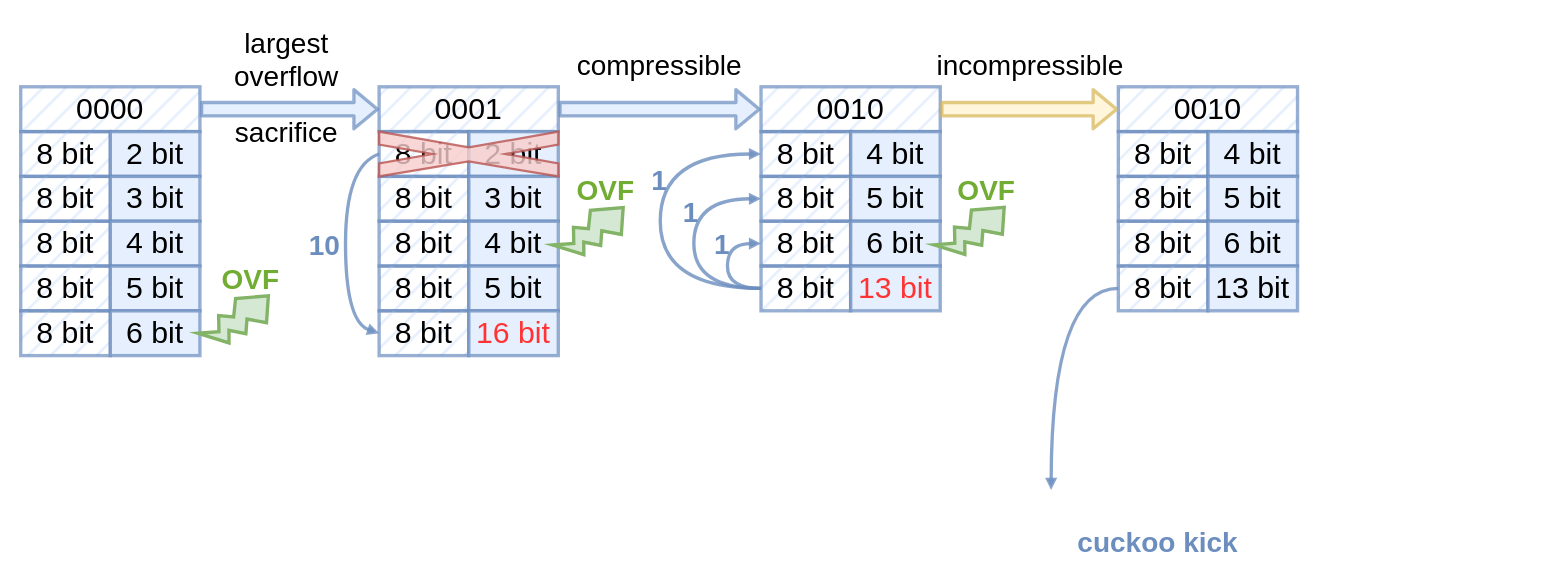
Earlier version of the draw.io diagram page "running" (4 of 10) of EC.drawio (sql0316/hello-world). Source tidied: cells renumbered, new cells numbered last; positions are measured from the earlier drawing's top-left corner, leaving out a move shared by most shapes. Both pictures are drawn from the tidied source at 112%, with x=0, y=0 at pixel (20, 19).
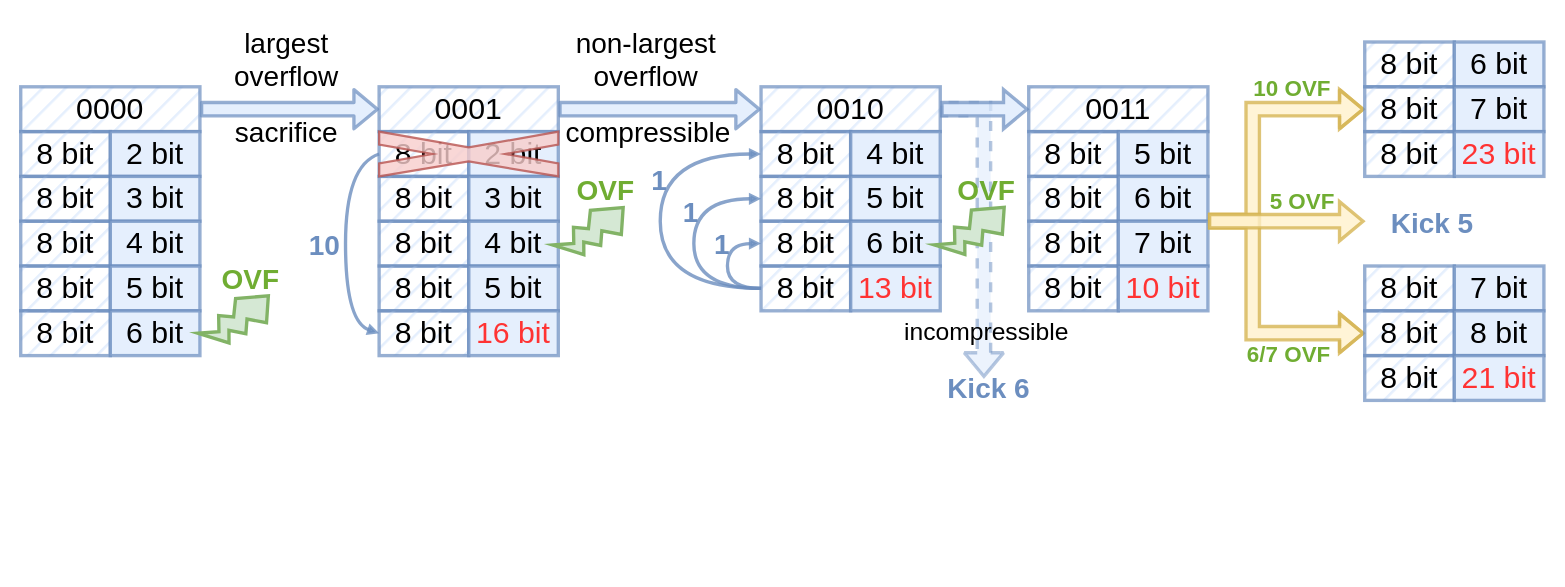
Above is the later version.

The change refers to these unchanged cells:
```xml
<mxCell id="27" value="&lt;font style=&quot;font-size: 27px;&quot;&gt;&lt;font style=&quot;font-size: 27px;&quot;&gt;0010&lt;/font&gt;&lt;br style=&quot;font-size: 27px;&quot;&gt;&lt;/font&gt;" style="rounded=0;whiteSpace=wrap;html=1;fontFamily=Helvetica;strokeWidth=3;fillColor=#dae8fc;strokeColor=#6c8ebf;fontSize=27;fillStyle=hatch;opacity=70;" parent="1" vertex="1">
  <mxGeometry x="661" y="60" width="160" height="40" as="geometry" />
</mxCell>
```

The edit, as a diff of the source:
```diff
@@
+    <mxCell id="66" style="jettySize=auto;html=1;startArrow=none;startFill=0;endArrow=block;endFill=0;strokeColor=#6c8ebf;strokeWidth=3;fontStyle=1;jumpStyle=gap;jumpSize=10;rounded=0;fontFamily=Helvetica;fontSize=30;fillColor=#dae8fc;shape=flexArrow;gradientDirection=south;opacity=50;exitX=1;exitY=0.5;exitDx=0;exitDy=0;dashed=1;" parent="1" edge="1" source="27">
+      <mxGeometry relative="1" as="geometry">
+        <mxPoint x="860" y="320" as="targetPoint" />
+        <Array as="points">
+          <mxPoint x="860" y="80" />
+        </Array>
+      </mxGeometry>
+    </mxCell>
+    <mxCell id="67" value="&lt;font style=&quot;font-size: 20px;&quot;&gt;5 OVF&lt;/font&gt;" style="text;html=1;align=center;verticalAlign=middle;fontStyle=1;fontFamily=Helvetica;fontSize=25;strokeWidth=3;fillColor=none;strokeColor=none;gradientColor=#97d077;gradientDirection=south;rotation=0;fontColor=#4D9900;textOpacity=80;" parent="1" vertex="1">
+      <mxGeometry x="1104" y="140" width="80" height="40" as="geometry" />
+    </mxCell>
@@
     <mxCell id="43" value="&lt;p style=&quot;margin-top: 0pt; margin-bottom: 0pt; margin-left: 0in; font-size: 25px;&quot;&gt;&lt;font style=&quot;font-weight: normal; font-size: 25px;&quot; color=&quot;#000000&quot;&gt;compressible&lt;/font&gt;&lt;/p&gt;" style="text;html=1;align=center;verticalAlign=middle;fontStyle=1;fontFamily=Helvetica;fontSize=25;strokeWidth=3;fillColor=none;strokeColor=none;gradientColor=#97d077;gradientDirection=south;rotation=0;fontColor=#4D9900;" parent="1" vertex="1">
-      <mxGeometry x="485" y="20" width="170" height="40" as="geometry" />
+      <mxGeometry x="475" y="80.1" width="170" height="40" as="geometry" />
     </mxCell>
@@
-    <mxCell id="52" value="&lt;font style=&quot;font-size: 27px;&quot;&gt;&lt;font style=&quot;font-size: 27px;&quot;&gt;0010&lt;/font&gt;&lt;br style=&quot;font-size: 27px;&quot;&gt;&lt;/font&gt;" style="rounded=0;whiteSpace=wrap;html=1;fontFamily=Helvetica;strokeWidth=3;fillColor=#dae8fc;strokeColor=#6c8ebf;fontSize=27;fillStyle=hatch;opacity=70;" parent="1" vertex="1">
-      <mxGeometry x="980" y="60" width="160" height="40" as="geometry" />
+    <mxCell id="52" value="&lt;font style=&quot;font-size: 27px;&quot;&gt;&lt;font style=&quot;font-size: 27px;&quot;&gt;0011&lt;/font&gt;&lt;br style=&quot;font-size: 27px;&quot;&gt;&lt;/font&gt;" style="rounded=0;whiteSpace=wrap;html=1;fontFamily=Helvetica;strokeWidth=3;fillColor=#dae8fc;strokeColor=#6c8ebf;fontSize=27;fillStyle=hatch;opacity=70;" parent="1" vertex="1">
+      <mxGeometry x="900" y="60" width="160" height="40" as="geometry" />
     </mxCell>
     <mxCell id="53" value="&lt;font style=&quot;font-size: 27px;&quot;&gt;&lt;font style=&quot;font-size: 27px;&quot;&gt;8 bit&lt;/font&gt;&lt;br style=&quot;font-size: 27px;&quot;&gt;&lt;/font&gt;" style="rounded=0;whiteSpace=wrap;html=1;fontFamily=Helvetica;strokeWidth=3;fillColor=#dae8fc;strokeColor=#6c8ebf;fontSize=27;fillStyle=hatch;opacity=70;" parent="1" vertex="1">
-      <mxGeometry x="980" y="100" width="80" height="40" as="geometry" />
+      <mxGeometry x="900" y="100" width="80" height="40" as="geometry" />
     </mxCell>
-    <mxCell id="54" value="&lt;font style=&quot;font-size: 27px;&quot;&gt;&lt;font style=&quot;font-size: 27px;&quot;&gt;4 bit&lt;/font&gt;&lt;br style=&quot;font-size: 27px;&quot;&gt;&lt;/font&gt;" style="rounded=0;whiteSpace=wrap;html=1;fontFamily=Helvetica;strokeWidth=3;fillColor=#dae8fc;strokeColor=#6c8ebf;fontSize=27;opacity=70;" parent="1" vertex="1">
-      <mxGeometry x="1060" y="100" width="80" height="40" as="geometry" />
+    <mxCell id="54" value="&lt;font style=&quot;font-size: 27px;&quot;&gt;&lt;font style=&quot;font-size: 27px;&quot;&gt;5 bit&lt;/font&gt;&lt;br style=&quot;font-size: 27px;&quot;&gt;&lt;/font&gt;" style="rounded=0;whiteSpace=wrap;html=1;fontFamily=Helvetica;strokeWidth=3;fillColor=#dae8fc;strokeColor=#6c8ebf;fontSize=27;opacity=70;" parent="1" vertex="1">
+      <mxGeometry x="980" y="100" width="80" height="40" as="geometry" />
     </mxCell>
     <mxCell id="55" value="&lt;font style=&quot;font-size: 27px;&quot;&gt;&lt;font style=&quot;font-size: 27px;&quot;&gt;8 bit&lt;/font&gt;&lt;br style=&quot;font-size: 27px;&quot;&gt;&lt;/font&gt;" style="rounded=0;whiteSpace=wrap;html=1;fontFamily=Helvetica;strokeWidth=3;fillColor=#dae8fc;strokeColor=#6c8ebf;fontSize=27;fillStyle=hatch;opacity=70;" parent="1" vertex="1">
-      <mxGeometry x="980" y="140" width="80" height="40" as="geometry" />
+      <mxGeometry x="900" y="140" width="80" height="40" as="geometry" />
     </mxCell>
-    <mxCell id="56" value="&lt;font style=&quot;font-size: 27px;&quot;&gt;5 bit&lt;br style=&quot;font-size: 27px;&quot;&gt;&lt;/font&gt;" style="rounded=0;whiteSpace=wrap;html=1;fontFamily=Helvetica;strokeWidth=3;fillColor=#dae8fc;strokeColor=#6c8ebf;fontSize=27;opacity=70;" parent="1" vertex="1">
-      <mxGeometry x="1060" y="140" width="80" height="40" as="geometry" />
+    <mxCell id="56" value="&lt;font style=&quot;font-size: 27px;&quot;&gt;6 bit&lt;br style=&quot;font-size: 27px;&quot;&gt;&lt;/font&gt;" style="rounded=0;whiteSpace=wrap;html=1;fontFamily=Helvetica;strokeWidth=3;fillColor=#dae8fc;strokeColor=#6c8ebf;fontSize=27;opacity=70;" parent="1" vertex="1">
+      <mxGeometry x="980" y="140" width="80" height="40" as="geometry" />
     </mxCell>
-    <mxCell id="57" style="edgeStyle=orthogonalEdgeStyle;curved=1;jettySize=auto;html=1;exitX=0;exitY=0.5;exitDx=0;exitDy=0;strokeWidth=3;fontSize=25;fontColor=#FF3333;endSize=3;gradientDirection=east;opacity=80;endArrow=block;endFill=1;fillColor=#dae8fc;strokeColor=#6c8ebf;" parent="1" edge="1" source="60">
-      <mxGeometry relative="1" as="geometry">
-        <mxPoint x="920" y="420" as="targetPoint" />
-      </mxGeometry>
-    </mxCell>
     <mxCell id="58" value="&lt;font style=&quot;font-size: 27px;&quot;&gt;&lt;font style=&quot;font-size: 27px;&quot;&gt;8 bit&lt;/font&gt;&lt;br style=&quot;font-size: 27px;&quot;&gt;&lt;/font&gt;" style="rounded=0;whiteSpace=wrap;html=1;fontFamily=Helvetica;strokeWidth=3;fillColor=#dae8fc;strokeColor=#6c8ebf;fontSize=27;fillStyle=hatch;opacity=70;" parent="1" vertex="1">
-      <mxGeometry x="980" y="180" width="80" height="40" as="geometry" />
+      <mxGeometry x="900" y="180" width="80" height="40" as="geometry" />
     </mxCell>
-    <mxCell id="59" value="&lt;font style=&quot;font-size: 27px;&quot;&gt;&lt;font style=&quot;font-size: 27px;&quot;&gt;6 bit&lt;/font&gt;&lt;br style=&quot;font-size: 27px;&quot;&gt;&lt;/font&gt;" style="rounded=0;whiteSpace=wrap;html=1;fontFamily=Helvetica;strokeWidth=3;fillColor=#dae8fc;strokeColor=#6c8ebf;fontSize=27;opacity=70;" parent="1" vertex="1">
-      <mxGeometry x="1060" y="180" width="80" height="40" as="geometry" />
+    <mxCell id="59" value="&lt;font style=&quot;font-size: 27px;&quot;&gt;&lt;font style=&quot;font-size: 27px;&quot;&gt;7 bit&lt;/font&gt;&lt;br style=&quot;font-size: 27px;&quot;&gt;&lt;/font&gt;" style="rounded=0;whiteSpace=wrap;html=1;fontFamily=Helvetica;strokeWidth=3;fillColor=#dae8fc;strokeColor=#6c8ebf;fontSize=27;opacity=70;" parent="1" vertex="1">
+      <mxGeometry x="980" y="180" width="80" height="40" as="geometry" />
     </mxCell>
     <mxCell id="60" value="&lt;font style=&quot;font-size: 27px;&quot;&gt;&lt;font style=&quot;font-size: 27px;&quot;&gt;8 bit&lt;/font&gt;&lt;br style=&quot;font-size: 27px;&quot;&gt;&lt;/font&gt;" style="rounded=0;whiteSpace=wrap;html=1;fontFamily=Helvetica;strokeWidth=3;fillColor=#dae8fc;strokeColor=#6c8ebf;fontSize=27;fillStyle=hatch;opacity=70;" parent="1" vertex="1">
-      <mxGeometry x="980" y="220" width="80" height="40" as="geometry" />
+      <mxGeometry x="900" y="220" width="80" height="40" as="geometry" />
     </mxCell>
-    <mxCell id="61" value="&lt;font style=&quot;font-size: 27px;&quot;&gt;&lt;font style=&quot;font-size: 27px;&quot;&gt;13 bit&lt;/font&gt;&lt;br style=&quot;font-size: 27px;&quot;&gt;&lt;/font&gt;" style="rounded=0;whiteSpace=wrap;html=1;fontFamily=Helvetica;strokeWidth=3;fillColor=#dae8fc;strokeColor=#6c8ebf;fontSize=27;opacity=70;" parent="1" vertex="1">
-      <mxGeometry x="1060" y="220" width="80" height="40" as="geometry" />
+    <mxCell id="61" value="&lt;font style=&quot;&quot;&gt;&lt;font color=&quot;#ff3333&quot; style=&quot;font-size: 27px;&quot;&gt;10 bit&lt;/font&gt;&lt;br style=&quot;font-size: 27px;&quot;&gt;&lt;/font&gt;" style="rounded=0;whiteSpace=wrap;html=1;fontFamily=Helvetica;strokeWidth=3;fillColor=#dae8fc;strokeColor=#6c8ebf;fontSize=27;opacity=70;" parent="1" vertex="1">
+      <mxGeometry x="980" y="220" width="80" height="40" as="geometry" />
     </mxCell>
-    <mxCell id="62" style="jettySize=auto;html=1;startArrow=none;startFill=0;endArrow=block;endFill=0;strokeColor=#d6b656;strokeWidth=3;fontStyle=1;jumpStyle=gap;jumpSize=10;rounded=1;fontFamily=Helvetica;fontSize=30;fillColor=#fff2cc;shape=flexArrow;gradientDirection=south;opacity=70;exitX=1;exitY=0.5;exitDx=0;exitDy=0;entryX=0;entryY=0.5;entryDx=0;entryDy=0;" parent="1" edge="1" source="27" target="52">
-      <mxGeometry relative="1" as="geometry" />
+    <mxCell id="62" style="jettySize=auto;html=1;startArrow=none;startFill=0;endArrow=block;endFill=0;strokeColor=#d6b656;strokeWidth=3;fontStyle=1;jumpStyle=gap;jumpSize=10;rounded=0;fontFamily=Helvetica;fontSize=30;fillColor=#fff2cc;shape=flexArrow;gradientDirection=south;opacity=80;exitX=1;exitY=1;exitDx=0;exitDy=0;entryX=0;entryY=0.5;entryDx=0;entryDy=0;" parent="1" edge="1" source="56" target="72">
+      <mxGeometry relative="1" as="geometry">
+        <Array as="points">
+          <mxPoint x="1100" y="180" />
+          <mxPoint x="1100" y="80" />
+        </Array>
+      </mxGeometry>
     </mxCell>
-    <mxCell id="63" value="&lt;p style=&quot;margin-top: 0pt; margin-bottom: 0pt; margin-left: 0in;&quot;&gt;&lt;font style=&quot;font-weight: normal; font-size: 25px;&quot; color=&quot;#000000&quot;&gt;incompressible&lt;/font&gt;&lt;/p&gt;" style="text;html=1;align=center;verticalAlign=middle;fontStyle=1;fontFamily=Helvetica;fontSize=25;strokeWidth=3;fillColor=none;strokeColor=none;gradientColor=#97d077;gradientDirection=south;rotation=0;fontColor=#4D9900;" parent="1" vertex="1">
-      <mxGeometry x="806" y="20" width="190" height="40" as="geometry" />
+    <mxCell id="63" value="&lt;p style=&quot;margin-top: 0pt; margin-bottom: 0pt; margin-left: 0in;&quot;&gt;&lt;font style=&quot;font-weight: normal; font-size: 22px;&quot; color=&quot;#000000&quot;&gt;incompressible&lt;/font&gt;&lt;/p&gt;" style="text;html=1;align=center;verticalAlign=middle;fontStyle=1;fontFamily=Helvetica;fontSize=25;strokeWidth=3;fillColor=none;strokeColor=none;gradientColor=#97d077;gradientDirection=south;rotation=0;fontColor=#4D9900;" parent="1" vertex="1">
+      <mxGeometry x="777" y="258" width="170" height="40" as="geometry" />
     </mxCell>
-    <mxCell id="64" value="&lt;font color=&quot;#6c8ebf&quot; style=&quot;font-size: 25px;&quot;&gt;cuckoo kick&lt;/font&gt;" style="text;html=1;align=center;verticalAlign=middle;fontStyle=1;fontFamily=Helvetica;fontSize=30;strokeWidth=3;fillColor=none;strokeColor=none;gradientColor=#97d077;gradientDirection=south;rotation=0;fontColor=#4D9900;" parent="1" vertex="1">
-      <mxGeometry x="930" y="440" width="170" height="50" as="geometry" />
+    <mxCell id="64" value="&lt;font color=&quot;#6c8ebf&quot; style=&quot;font-size: 25px;&quot;&gt;Kick 5&lt;/font&gt;" style="text;html=1;align=center;verticalAlign=middle;fontStyle=1;fontFamily=Helvetica;fontSize=30;strokeWidth=3;fillColor=none;strokeColor=none;gradientColor=#97d077;gradientDirection=south;rotation=0;fontColor=#4D9900;" parent="1" vertex="1">
+      <mxGeometry x="1210" y="154.9" width="100" height="50" as="geometry" />
     </mxCell>
@@
+    <mxCell id="68" style="jettySize=auto;html=1;startArrow=none;startFill=0;endArrow=block;endFill=0;strokeColor=#6c8ebf;strokeWidth=3;fontStyle=1;jumpStyle=gap;jumpSize=10;rounded=0;fontFamily=Helvetica;fontSize=30;fillColor=#dae8fc;shape=flexArrow;gradientDirection=south;opacity=70;exitX=1;exitY=0.5;exitDx=0;exitDy=0;entryX=0;entryY=0.5;entryDx=0;entryDy=0;" parent="1" edge="1" source="27" target="52">
+      <mxGeometry relative="1" as="geometry" />
+    </mxCell>
+    <mxCell id="69" style="jettySize=auto;html=1;startArrow=none;startFill=0;endArrow=block;endFill=0;strokeColor=#d6b656;strokeWidth=3;fontStyle=1;jumpStyle=gap;jumpSize=10;rounded=0;fontFamily=Helvetica;fontSize=30;fillColor=#fff2cc;shape=flexArrow;gradientDirection=south;opacity=80;exitX=1;exitY=0;exitDx=0;exitDy=0;entryX=0;entryY=0.5;entryDx=0;entryDy=0;" parent="1" edge="1" source="59" target="78">
+      <mxGeometry relative="1" as="geometry">
+        <Array as="points">
+          <mxPoint x="1100" y="180" />
+          <mxPoint x="1100" y="280" />
+        </Array>
+      </mxGeometry>
+    </mxCell>
+    <mxCell id="70" value="&lt;font style=&quot;font-size: 27px;&quot;&gt;&lt;font style=&quot;font-size: 27px;&quot;&gt;8 bit&lt;/font&gt;&lt;br style=&quot;font-size: 27px;&quot;&gt;&lt;/font&gt;" style="rounded=0;whiteSpace=wrap;html=1;fontFamily=Helvetica;strokeWidth=3;fillColor=#dae8fc;strokeColor=#6c8ebf;fontSize=27;fillStyle=hatch;opacity=70;" parent="1" vertex="1">
+      <mxGeometry x="1200" y="20" width="80" height="40" as="geometry" />
+    </mxCell>
+    <mxCell id="71" value="&lt;font style=&quot;font-size: 27px;&quot;&gt;6 bit&lt;br style=&quot;font-size: 27px;&quot;&gt;&lt;/font&gt;" style="rounded=0;whiteSpace=wrap;html=1;fontFamily=Helvetica;strokeWidth=3;fillColor=#dae8fc;strokeColor=#6c8ebf;fontSize=27;opacity=70;" parent="1" vertex="1">
+      <mxGeometry x="1280" y="20" width="80" height="40" as="geometry" />
+    </mxCell>
+    <mxCell id="72" value="&lt;font style=&quot;font-size: 27px;&quot;&gt;&lt;font style=&quot;font-size: 27px;&quot;&gt;8 bit&lt;/font&gt;&lt;br style=&quot;font-size: 27px;&quot;&gt;&lt;/font&gt;" style="rounded=0;whiteSpace=wrap;html=1;fontFamily=Helvetica;strokeWidth=3;fillColor=#dae8fc;strokeColor=#6c8ebf;fontSize=27;fillStyle=hatch;opacity=70;" parent="1" vertex="1">
+      <mxGeometry x="1200" y="60" width="80" height="40" as="geometry" />
+    </mxCell>
+    <mxCell id="73" value="&lt;font style=&quot;font-size: 27px;&quot;&gt;&lt;font style=&quot;font-size: 27px;&quot;&gt;7 bit&lt;/font&gt;&lt;br style=&quot;font-size: 27px;&quot;&gt;&lt;/font&gt;" style="rounded=0;whiteSpace=wrap;html=1;fontFamily=Helvetica;strokeWidth=3;fillColor=#dae8fc;strokeColor=#6c8ebf;fontSize=27;opacity=70;" parent="1" vertex="1">
+      <mxGeometry x="1280" y="60" width="80" height="40" as="geometry" />
+    </mxCell>
+    <mxCell id="74" value="&lt;font style=&quot;font-size: 27px;&quot;&gt;&lt;font style=&quot;font-size: 27px;&quot;&gt;8 bit&lt;/font&gt;&lt;br style=&quot;font-size: 27px;&quot;&gt;&lt;/font&gt;" style="rounded=0;whiteSpace=wrap;html=1;fontFamily=Helvetica;strokeWidth=3;fillColor=#dae8fc;strokeColor=#6c8ebf;fontSize=27;fillStyle=hatch;opacity=70;" parent="1" vertex="1">
+      <mxGeometry x="1200" y="100" width="80" height="40" as="geometry" />
+    </mxCell>
+    <mxCell id="75" value="&lt;font style=&quot;&quot;&gt;&lt;font color=&quot;#ff3333&quot; style=&quot;font-size: 27px;&quot;&gt;23 bit&lt;/font&gt;&lt;br style=&quot;font-size: 27px;&quot;&gt;&lt;/font&gt;" style="rounded=0;whiteSpace=wrap;html=1;fontFamily=Helvetica;strokeWidth=3;fillColor=#dae8fc;strokeColor=#6c8ebf;fontSize=27;opacity=70;" parent="1" vertex="1">
+      <mxGeometry x="1280" y="100" width="80" height="40" as="geometry" />
+    </mxCell>
+    <mxCell id="76" value="&lt;font style=&quot;font-size: 27px;&quot;&gt;&lt;font style=&quot;font-size: 27px;&quot;&gt;8 bit&lt;/font&gt;&lt;br style=&quot;font-size: 27px;&quot;&gt;&lt;/font&gt;" style="rounded=0;whiteSpace=wrap;html=1;fontFamily=Helvetica;strokeWidth=3;fillColor=#dae8fc;strokeColor=#6c8ebf;fontSize=27;fillStyle=hatch;opacity=70;" parent="1" vertex="1">
+      <mxGeometry x="1200" y="220" width="80" height="40" as="geometry" />
+    </mxCell>
+    <mxCell id="77" value="&lt;font style=&quot;font-size: 27px;&quot;&gt;7 bit&lt;br style=&quot;font-size: 27px;&quot;&gt;&lt;/font&gt;" style="rounded=0;whiteSpace=wrap;html=1;fontFamily=Helvetica;strokeWidth=3;fillColor=#dae8fc;strokeColor=#6c8ebf;fontSize=27;opacity=70;" parent="1" vertex="1">
+      <mxGeometry x="1280" y="220" width="80" height="40" as="geometry" />
+    </mxCell>
+    <mxCell id="78" value="&lt;font style=&quot;font-size: 27px;&quot;&gt;&lt;font style=&quot;font-size: 27px;&quot;&gt;8 bit&lt;/font&gt;&lt;br style=&quot;font-size: 27px;&quot;&gt;&lt;/font&gt;" style="rounded=0;whiteSpace=wrap;html=1;fontFamily=Helvetica;strokeWidth=3;fillColor=#dae8fc;strokeColor=#6c8ebf;fontSize=27;fillStyle=hatch;opacity=70;" parent="1" vertex="1">
+      <mxGeometry x="1200" y="260" width="80" height="40" as="geometry" />
+    </mxCell>
+    <mxCell id="79" value="&lt;font style=&quot;font-size: 27px;&quot;&gt;&lt;font style=&quot;font-size: 27px;&quot;&gt;8 bit&lt;/font&gt;&lt;br style=&quot;font-size: 27px;&quot;&gt;&lt;/font&gt;" style="rounded=0;whiteSpace=wrap;html=1;fontFamily=Helvetica;strokeWidth=3;fillColor=#dae8fc;strokeColor=#6c8ebf;fontSize=27;opacity=70;" parent="1" vertex="1">
+      <mxGeometry x="1280" y="260" width="80" height="40" as="geometry" />
+    </mxCell>
+    <mxCell id="80" value="&lt;font style=&quot;font-size: 27px;&quot;&gt;&lt;font style=&quot;font-size: 27px;&quot;&gt;8 bit&lt;/font&gt;&lt;br style=&quot;font-size: 27px;&quot;&gt;&lt;/font&gt;" style="rounded=0;whiteSpace=wrap;html=1;fontFamily=Helvetica;strokeWidth=3;fillColor=#dae8fc;strokeColor=#6c8ebf;fontSize=27;fillStyle=hatch;opacity=70;" parent="1" vertex="1">
+      <mxGeometry x="1200" y="300" width="80" height="40" as="geometry" />
+    </mxCell>
+    <mxCell id="81" value="&lt;font style=&quot;&quot;&gt;&lt;font color=&quot;#ff3333&quot; style=&quot;font-size: 27px;&quot;&gt;21 bit&lt;/font&gt;&lt;br style=&quot;font-size: 27px;&quot;&gt;&lt;/font&gt;" style="rounded=0;whiteSpace=wrap;html=1;fontFamily=Helvetica;strokeWidth=3;fillColor=#dae8fc;strokeColor=#6c8ebf;fontSize=27;opacity=70;" parent="1" vertex="1">
+      <mxGeometry x="1280" y="300" width="80" height="40" as="geometry" />
+    </mxCell>
+    <mxCell id="82" value="&lt;font style=&quot;font-size: 20px;&quot;&gt;10 OVF&lt;/font&gt;" style="text;html=1;align=center;verticalAlign=middle;fontStyle=1;fontFamily=Helvetica;fontSize=25;strokeWidth=3;fillColor=none;strokeColor=none;gradientColor=#97d077;gradientDirection=south;rotation=0;fontColor=#4D9900;textOpacity=80;" parent="1" vertex="1">
+      <mxGeometry x="1090" y="39" width="90" height="40" as="geometry" />
+    </mxCell>
+    <mxCell id="83" style="jettySize=auto;html=1;startArrow=none;startFill=0;endArrow=block;endFill=0;strokeColor=#d6b656;strokeWidth=3;fontStyle=1;jumpStyle=gap;jumpSize=10;rounded=0;fontFamily=Helvetica;fontSize=30;fillColor=#fff2cc;shape=flexArrow;gradientDirection=south;opacity=80;exitX=1;exitY=0;exitDx=0;exitDy=0;" parent="1" edge="1" source="59">
+      <mxGeometry relative="1" as="geometry">
+        <mxPoint x="1200" y="180" as="targetPoint" />
+      </mxGeometry>
+    </mxCell>
+    <mxCell id="84" value="&lt;font style=&quot;font-size: 20px;&quot;&gt;6/7 OVF&lt;/font&gt;" style="text;html=1;align=center;verticalAlign=middle;fontStyle=1;fontFamily=Helvetica;fontSize=25;strokeWidth=3;fillColor=none;strokeColor=none;gradientColor=#97d077;gradientDirection=south;rotation=0;fontColor=#4D9900;textOpacity=80;" parent="1" vertex="1">
+      <mxGeometry x="1082" y="276" width="100" height="40" as="geometry" />
+    </mxCell>
+    <mxCell id="85" value="&lt;font color=&quot;#6c8ebf&quot; style=&quot;font-size: 25px;&quot;&gt;Kick 6&lt;/font&gt;" style="text;html=1;align=center;verticalAlign=middle;fontStyle=1;fontFamily=Helvetica;fontSize=25;strokeWidth=3;fillColor=none;strokeColor=none;gradientColor=#97d077;gradientDirection=south;rotation=0;fontColor=#4D9900;spacing=0;" parent="1" vertex="1">
+      <mxGeometry x="819" y="308" width="90" height="40" as="geometry" />
+    </mxCell>
+    <mxCell id="86" value="&lt;font color=&quot;#000000&quot; style=&quot;font-size: 25px; font-weight: normal;&quot;&gt;non-largest&lt;br style=&quot;font-size: 25px;&quot;&gt;overflow&lt;br style=&quot;font-size: 25px;&quot;&gt;&lt;/font&gt;" style="text;html=1;align=center;verticalAlign=middle;fontStyle=1;fontFamily=Helvetica;fontSize=25;strokeWidth=3;fillColor=none;strokeColor=none;gradientColor=#97d077;gradientDirection=south;rotation=0;fontColor=#4D9900;" parent="1" vertex="1">
+      <mxGeometry x="483" width="150" height="70" as="geometry" />
+    </mxCell>
```
